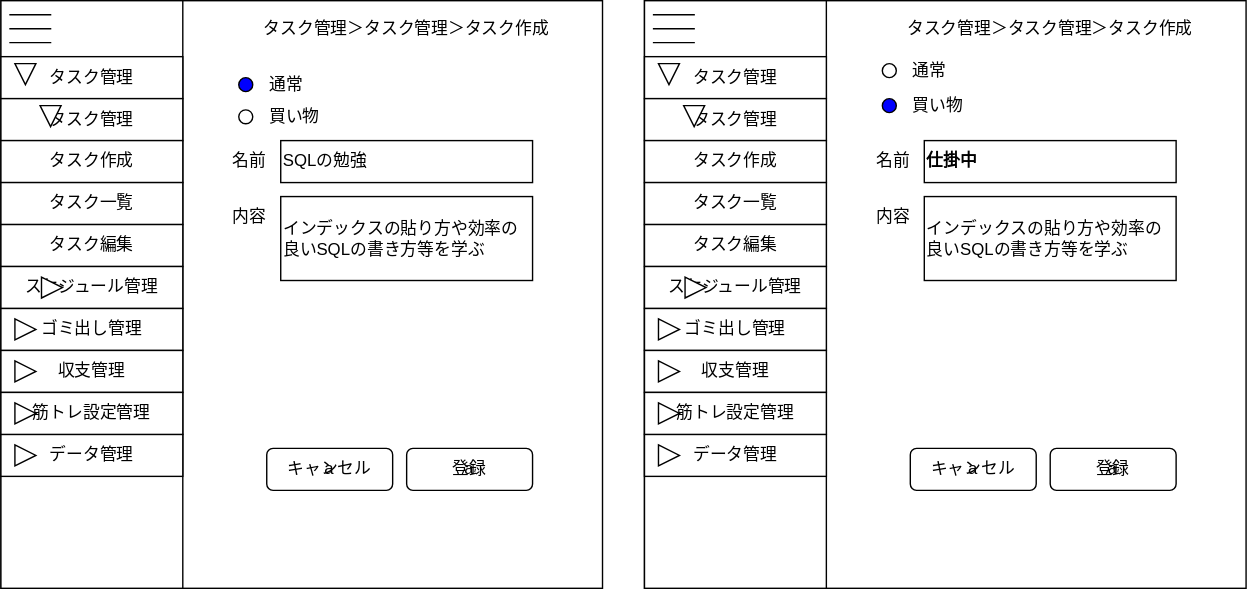
anti-paper/anti_paper_wf keeps this draw.io diagram as task/make_task.drawio.svg. Above is the earlier version. Source tidied: cells renumbered, new cells last; positions are measured from the earlier drawing's top-left corner, leaving out a move shared by most shapes.
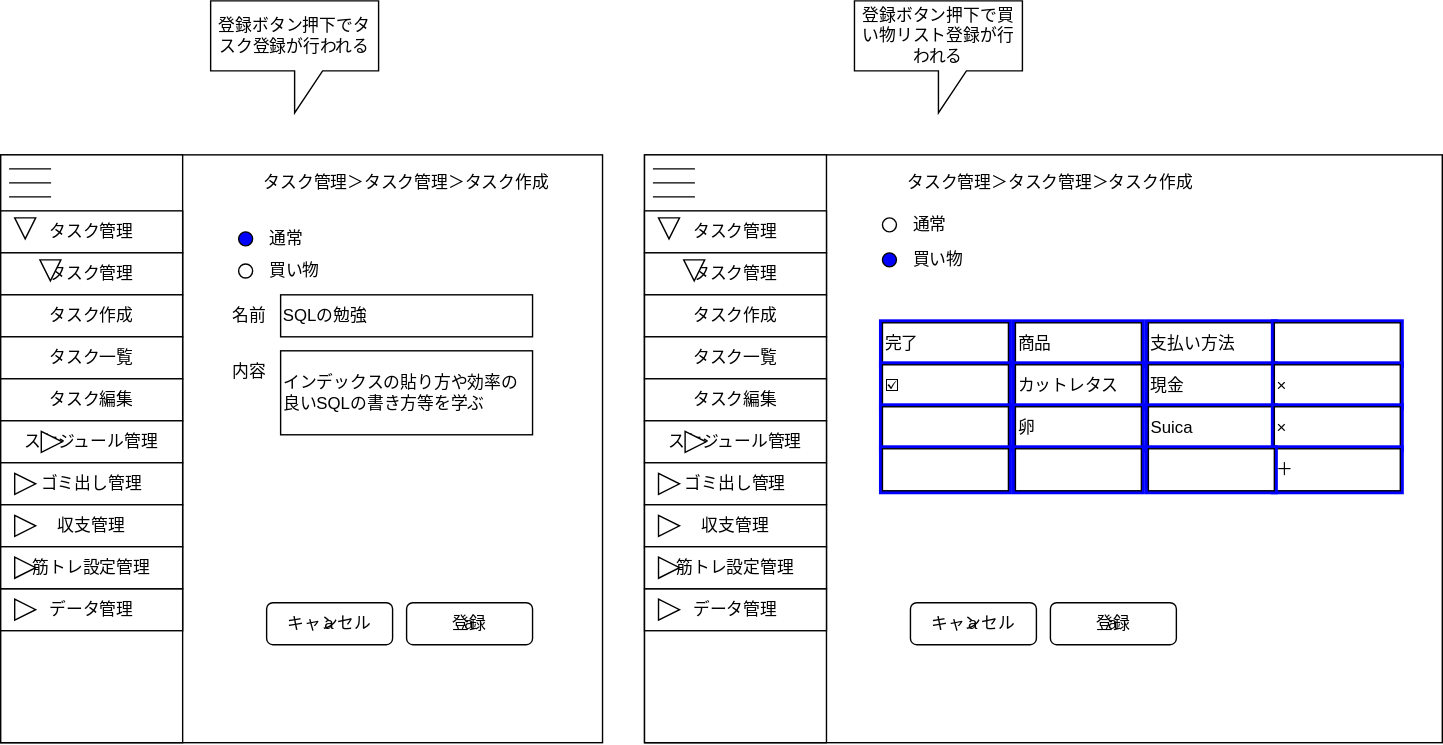
Later version of the same file.

Commit message:
タスク作成画面（買い物リスト）作成

The edit, as a diff of the source:
```diff
@@ -171,7 +171,7 @@
       <mxGeometry width="90" height="30" as="geometry" />
     </mxCell>
     <mxCell id="55" style="rounded=0;whiteSpace=wrap;html=1;" parent="1" vertex="1">
-      <mxGeometry x="460" width="430" height="420" as="geometry" />
+      <mxGeometry x="460" width="570" height="420" as="geometry" />
     </mxCell>
     <mxCell id="56" style="group;" parent="1" vertex="1">
       <mxGeometry x="460" width="130" height="420" as="geometry" />
@@ -278,30 +278,6 @@
     <mxCell id="87" value="タスク管理＞タスク管理＞タスク作成" style="text;html=1;strokeColor=none;fillColor=none;align=center;verticalAlign=middle;whiteSpace=wrap;rounded=0;" parent="1" vertex="1">
       <mxGeometry x="630" y="5" width="240" height="30" as="geometry" />
     </mxCell>
-    <mxCell id="88" value="名前" style="text;html=1;strokeColor=none;fillColor=none;align=left;verticalAlign=middle;whiteSpace=wrap;rounded=0;" parent="1" vertex="1">
-      <mxGeometry x="624" y="100" width="180" height="30" as="geometry" />
-    </mxCell>
-    <mxCell id="89" style="group;" parent="1" vertex="1">
-      <mxGeometry x="660" y="100" width="180" height="30" as="geometry" />
-    </mxCell>
-    <mxCell id="90" style="rounded=0;whiteSpace=wrap;html=1;fillColor=#FFFFFF;" parent="89" vertex="1">
-      <mxGeometry width="180" height="30" as="geometry" />
-    </mxCell>
-    <mxCell id="91" value="&lt;font color=&quot;#000000&quot;&gt;仕掛中&lt;/font&gt;" style="text;html=1;strokeColor=none;fillColor=none;align=left;verticalAlign=middle;whiteSpace=wrap;rounded=0;fontStyle=1;" parent="89" vertex="1">
-      <mxGeometry width="180" height="30" as="geometry" />
-    </mxCell>
-    <mxCell id="92" value="内容" style="text;html=1;strokeColor=none;fillColor=none;align=left;verticalAlign=middle;whiteSpace=wrap;rounded=0;" parent="1" vertex="1">
-      <mxGeometry x="624" y="140" width="180" height="30" as="geometry" />
-    </mxCell>
-    <mxCell id="93" style="group;" parent="1" vertex="1">
-      <mxGeometry x="660" y="140" width="180" height="60" as="geometry" />
-    </mxCell>
-    <mxCell id="94" style="rounded=0;whiteSpace=wrap;html=1;fillColor=#FFFFFF;" parent="93" vertex="1">
-      <mxGeometry width="180" height="60" as="geometry" />
-    </mxCell>
-    <mxCell id="95" value="&lt;font color=&quot;#000000&quot;&gt;インデックスの貼り方や効率の良いSQLの書き方等を学ぶ&lt;/font&gt;" style="text;html=1;strokeColor=none;fillColor=none;align=left;verticalAlign=middle;whiteSpace=wrap;rounded=0;" parent="93" vertex="1">
-      <mxGeometry width="180" height="60" as="geometry" />
-    </mxCell>
     <mxCell id="96" style="group;" parent="1" vertex="1">
       <mxGeometry x="750" y="320" width="90" height="30" as="geometry" />
     </mxCell>
@@ -338,5 +314,143 @@
     <mxCell id="107" value="買い物" style="text;html=1;strokeColor=none;fillColor=none;align=left;verticalAlign=middle;whiteSpace=wrap;rounded=0;" parent="105" vertex="1">
       <mxGeometry x="20" width="180" height="30" as="geometry" />
     </mxCell>
+    <mxCell id="108" value="登録ボタン押下でタスク登録が行われる" style="shape=callout;whiteSpace=wrap;html=1;perimeter=calloutPerimeter;" parent="1" vertex="1">
+      <mxGeometry x="150" y="-110" width="120" height="80" as="geometry" />
+    </mxCell>
+    <mxCell id="109" value="登録ボタン押下で買い物リスト登録が行われる" style="shape=callout;whiteSpace=wrap;html=1;perimeter=calloutPerimeter;" parent="1" vertex="1">
+      <mxGeometry x="610" y="-110" width="120" height="80" as="geometry" />
+    </mxCell>
+    <mxCell id="110" style="group;" parent="1" vertex="1">
+      <mxGeometry x="630" y="120" width="370" height="120" as="geometry" />
+    </mxCell>
+    <mxCell id="111" style="group;strokeColor=#0000FF;strokeWidth=5;" parent="110" vertex="1">
+      <mxGeometry x="95" width="90" height="30" as="geometry" />
+    </mxCell>
+    <mxCell id="112" style="rounded=0;whiteSpace=wrap;html=1;fillColor=#FFFFFF;" parent="111" vertex="1">
+      <mxGeometry width="90" height="30" as="geometry" />
+    </mxCell>
+    <mxCell id="113" value="&lt;span style=&quot;color: rgb(0, 0, 0);&quot;&gt;商品&lt;/span&gt;" style="text;html=1;strokeColor=none;fillColor=none;align=left;verticalAlign=middle;whiteSpace=wrap;rounded=0;" parent="111" vertex="1">
+      <mxGeometry width="90" height="30" as="geometry" />
+    </mxCell>
+    <mxCell id="114" style="group;strokeColor=#0000FF;strokeWidth=5;" parent="110" vertex="1">
+      <mxGeometry x="190" width="90" height="30" as="geometry" />
+    </mxCell>
+    <mxCell id="115" style="rounded=0;whiteSpace=wrap;html=1;fillColor=#FFFFFF;" parent="114" vertex="1">
+      <mxGeometry width="90" height="30" as="geometry" />
+    </mxCell>
+    <mxCell id="116" value="&lt;span style=&quot;color: rgb(0, 0, 0);&quot;&gt;支払い方法&lt;/span&gt;" style="text;html=1;strokeColor=none;fillColor=none;align=left;verticalAlign=middle;whiteSpace=wrap;rounded=0;" parent="114" vertex="1">
+      <mxGeometry width="90" height="30" as="geometry" />
+    </mxCell>
+    <mxCell id="117" style="group;strokeColor=#0000FF;strokeWidth=5;" parent="110" vertex="1">
+      <mxGeometry x="280" width="90" height="30" as="geometry" />
+    </mxCell>
+    <mxCell id="118" style="rounded=0;whiteSpace=wrap;html=1;fillColor=#FFFFFF;" parent="117" vertex="1">
+      <mxGeometry width="90" height="30" as="geometry" />
+    </mxCell>
+    <mxCell id="119" style="group;strokeColor=#0000FF;strokeWidth=5;" parent="110" vertex="1">
+      <mxGeometry width="90" height="30" as="geometry" />
+    </mxCell>
+    <mxCell id="120" style="rounded=0;whiteSpace=wrap;html=1;fillColor=#FFFFFF;" parent="119" vertex="1">
+      <mxGeometry width="90" height="30" as="geometry" />
+    </mxCell>
+    <mxCell id="121" value="&lt;span style=&quot;color: rgb(0, 0, 0);&quot;&gt;完了&lt;/span&gt;" style="text;html=1;strokeColor=none;fillColor=none;align=left;verticalAlign=middle;whiteSpace=wrap;rounded=0;" parent="119" vertex="1">
+      <mxGeometry width="90" height="30" as="geometry" />
+    </mxCell>
+    <mxCell id="122" style="group;strokeColor=#0000FF;strokeWidth=5;" parent="110" vertex="1">
+      <mxGeometry x="95" y="30" width="90" height="30" as="geometry" />
+    </mxCell>
+    <mxCell id="123" style="rounded=0;whiteSpace=wrap;html=1;fillColor=#FFFFFF;" parent="122" vertex="1">
+      <mxGeometry width="90" height="30" as="geometry" />
+    </mxCell>
+    <mxCell id="124" value="&lt;span style=&quot;color: rgb(0, 0, 0);&quot;&gt;カットレタス&lt;/span&gt;" style="text;html=1;strokeColor=none;fillColor=none;align=left;verticalAlign=middle;whiteSpace=wrap;rounded=0;" parent="122" vertex="1">
+      <mxGeometry width="90" height="30" as="geometry" />
+    </mxCell>
+    <mxCell id="125" style="group;strokeColor=#0000FF;strokeWidth=5;" parent="110" vertex="1">
+      <mxGeometry x="190" y="30" width="90" height="30" as="geometry" />
+    </mxCell>
+    <mxCell id="126" style="rounded=0;whiteSpace=wrap;html=1;fillColor=#FFFFFF;" parent="125" vertex="1">
+      <mxGeometry width="90" height="30" as="geometry" />
+    </mxCell>
+    <mxCell id="127" value="&lt;span style=&quot;color: rgb(0, 0, 0);&quot;&gt;現金&lt;/span&gt;" style="text;html=1;strokeColor=none;fillColor=none;align=left;verticalAlign=middle;whiteSpace=wrap;rounded=0;" parent="125" vertex="1">
+      <mxGeometry width="90" height="30" as="geometry" />
+    </mxCell>
+    <mxCell id="128" style="group;strokeColor=#0000FF;strokeWidth=5;" parent="110" vertex="1">
+      <mxGeometry y="30" width="90" height="30" as="geometry" />
+    </mxCell>
+    <mxCell id="129" style="rounded=0;whiteSpace=wrap;html=1;fillColor=#FFFFFF;" parent="128" vertex="1">
+      <mxGeometry width="90" height="30" as="geometry" />
+    </mxCell>
+    <mxCell id="130" value="&lt;span style=&quot;color: rgb(0, 0, 0);&quot;&gt;☑️&lt;/span&gt;" style="text;html=1;strokeColor=none;fillColor=none;align=left;verticalAlign=middle;whiteSpace=wrap;rounded=0;" parent="128" vertex="1">
+      <mxGeometry width="90" height="30" as="geometry" />
+    </mxCell>
+    <mxCell id="131" style="group;strokeColor=#0000FF;strokeWidth=5;" parent="110" vertex="1">
+      <mxGeometry x="280" y="30" width="90" height="30" as="geometry" />
+    </mxCell>
+    <mxCell id="132" style="rounded=0;whiteSpace=wrap;html=1;fillColor=#FFFFFF;" parent="131" vertex="1">
+      <mxGeometry width="90" height="30" as="geometry" />
+    </mxCell>
+    <mxCell id="133" value="&lt;span style=&quot;color: rgb(0, 0, 0);&quot;&gt;×&lt;/span&gt;" style="text;html=1;strokeColor=none;fillColor=none;align=left;verticalAlign=middle;whiteSpace=wrap;rounded=0;" parent="131" vertex="1">
+      <mxGeometry width="90" height="30" as="geometry" />
+    </mxCell>
+    <mxCell id="134" style="group;strokeColor=#0000FF;strokeWidth=5;" parent="110" vertex="1">
+      <mxGeometry x="95" y="60" width="90" height="30" as="geometry" />
+    </mxCell>
+    <mxCell id="135" style="rounded=0;whiteSpace=wrap;html=1;fillColor=#FFFFFF;" parent="134" vertex="1">
+      <mxGeometry width="90" height="30" as="geometry" />
+    </mxCell>
+    <mxCell id="136" value="&lt;span style=&quot;color: rgb(0, 0, 0);&quot;&gt;卵&lt;/span&gt;" style="text;html=1;strokeColor=none;fillColor=none;align=left;verticalAlign=middle;whiteSpace=wrap;rounded=0;" parent="134" vertex="1">
+      <mxGeometry width="90" height="30" as="geometry" />
+    </mxCell>
+    <mxCell id="137" style="group;strokeColor=#0000FF;strokeWidth=5;" parent="110" vertex="1">
+      <mxGeometry x="190" y="60" width="90" height="30" as="geometry" />
+    </mxCell>
+    <mxCell id="138" style="rounded=0;whiteSpace=wrap;html=1;fillColor=#FFFFFF;" parent="137" vertex="1">
+      <mxGeometry width="90" height="30" as="geometry" />
+    </mxCell>
+    <mxCell id="139" value="&lt;span style=&quot;color: rgb(0, 0, 0);&quot;&gt;Suica&lt;/span&gt;" style="text;html=1;strokeColor=none;fillColor=none;align=left;verticalAlign=middle;whiteSpace=wrap;rounded=0;" parent="137" vertex="1">
+      <mxGeometry width="90" height="30" as="geometry" />
+    </mxCell>
+    <mxCell id="140" style="group;strokeColor=#0000FF;strokeWidth=5;" parent="110" vertex="1">
+      <mxGeometry y="60" width="90" height="30" as="geometry" />
+    </mxCell>
+    <mxCell id="141" style="rounded=0;whiteSpace=wrap;html=1;fillColor=#FFFFFF;" parent="140" vertex="1">
+      <mxGeometry width="90" height="30" as="geometry" />
+    </mxCell>
+    <mxCell id="142" style="group;strokeColor=#0000FF;strokeWidth=5;" parent="110" vertex="1">
+      <mxGeometry x="280" y="60" width="90" height="30" as="geometry" />
+    </mxCell>
+    <mxCell id="143" style="rounded=0;whiteSpace=wrap;html=1;fillColor=#FFFFFF;" parent="142" vertex="1">
+      <mxGeometry width="90" height="30" as="geometry" />
+    </mxCell>
+    <mxCell id="144" value="&lt;span style=&quot;color: rgb(0, 0, 0);&quot;&gt;×&lt;/span&gt;" style="text;html=1;strokeColor=none;fillColor=none;align=left;verticalAlign=middle;whiteSpace=wrap;rounded=0;" parent="142" vertex="1">
+      <mxGeometry width="90" height="30" as="geometry" />
+    </mxCell>
+    <mxCell id="145" style="group;strokeColor=#0000FF;strokeWidth=5;" parent="110" vertex="1">
+      <mxGeometry x="280" y="90" width="90" height="30" as="geometry" />
+    </mxCell>
+    <mxCell id="146" style="rounded=0;whiteSpace=wrap;html=1;fillColor=#FFFFFF;" parent="145" vertex="1">
+      <mxGeometry width="90" height="30" as="geometry" />
+    </mxCell>
+    <mxCell id="147" value="&lt;span style=&quot;color: rgb(0, 0, 0);&quot;&gt;＋&lt;/span&gt;" style="text;html=1;strokeColor=none;fillColor=none;align=left;verticalAlign=middle;whiteSpace=wrap;rounded=0;" parent="145" vertex="1">
+      <mxGeometry width="90" height="30" as="geometry" />
+    </mxCell>
+    <mxCell id="148" style="group;strokeColor=#0000FF;strokeWidth=5;" parent="110" vertex="1">
+      <mxGeometry x="95" y="90" width="90" height="30" as="geometry" />
+    </mxCell>
+    <mxCell id="149" style="rounded=0;whiteSpace=wrap;html=1;fillColor=#FFFFFF;" parent="148" vertex="1">
+      <mxGeometry width="90" height="30" as="geometry" />
+    </mxCell>
+    <mxCell id="150" style="group;strokeColor=#0000FF;strokeWidth=5;" parent="110" vertex="1">
+      <mxGeometry x="190" y="90" width="90" height="30" as="geometry" />
+    </mxCell>
+    <mxCell id="151" style="rounded=0;whiteSpace=wrap;html=1;fillColor=#FFFFFF;" parent="150" vertex="1">
+      <mxGeometry width="90" height="30" as="geometry" />
+    </mxCell>
+    <mxCell id="152" style="group;strokeColor=#0000FF;strokeWidth=5;" parent="110" vertex="1">
+      <mxGeometry y="90" width="90" height="30" as="geometry" />
+    </mxCell>
+    <mxCell id="153" style="rounded=0;whiteSpace=wrap;html=1;fillColor=#FFFFFF;" parent="152" vertex="1">
+      <mxGeometry width="90" height="30" as="geometry" />
+    </mxCell>
   </root>
 </mxGraphModel>
```
